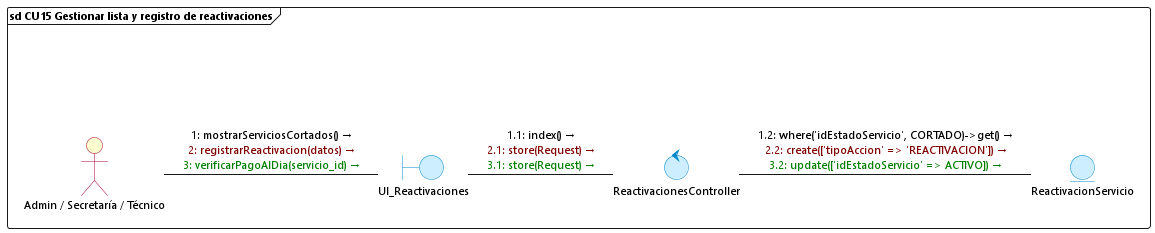
Before: diagramas/comunicacion/cu15_gestionar_reactivaciones.png, a diagram exported from PlantUML (DiogoMars777/TELCOM-2.0).
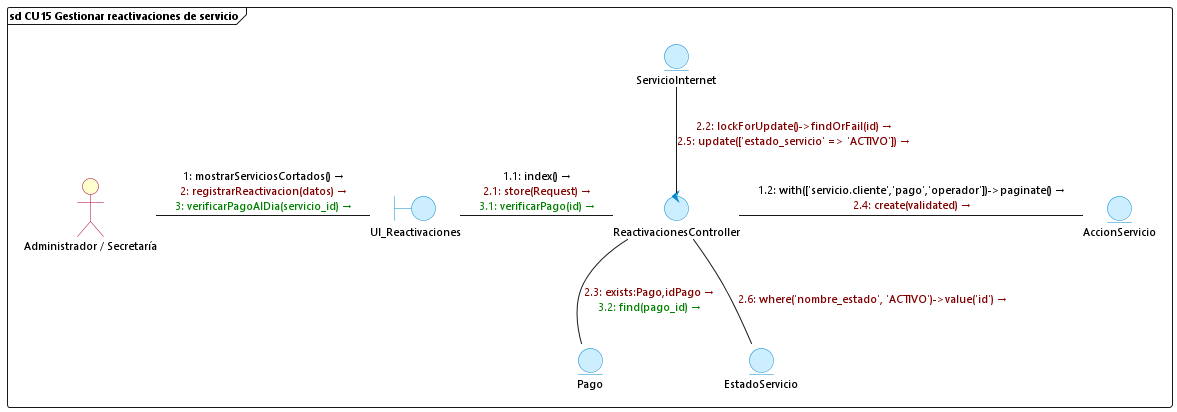
The same diagram one commit later.

The edit, as a diff of the source:
```diff
@@ -13,19 +13,28 @@
 skinparam entityBackgroundColor #CCEEFF
 skinparam entityBorderColor #0088CC
 
-frame "sd CU15 Gestionar lista y registro de reactivaciones" {
+frame "sd CU15 Gestionar reactivaciones de servicio" {
     () " " as spacer
-    actor "Admin / Secretaría / Técnico" as Admin
+    actor "Administrador / Secretaría" as Admin
     boundary UI_Reactivaciones
     control ReactivacionesController
-    entity ReactivacionServicio
+    entity AccionServicio
+    entity ServicioInternet
+    entity Pago
+    entity EstadoServicio
 
     spacer -[hidden]down- Admin
 
     Admin -right- UI_Reactivaciones : <font color=#000000>1: mostrarServiciosCortados() →</font>\n<font color=#800000>2: registrarReactivacion(datos) →</font>\n<font color=#008000>3: verificarPagoAlDia(servicio_id) →</font>
 
-    UI_Reactivaciones -right- ReactivacionesController : <font color=#000000>1.1: index() →</font>\n<font color=#800000>2.1: store(Request) →</font>\n<font color=#008000>3.1: store(Request) →</font>
+    UI_Reactivaciones -right- ReactivacionesController : <font color=#000000>1.1: index() →</font>\n<font color=#800000>2.1: store(Request) →</font>\n<font color=#008000>3.1: verificarPago(id) →</font>
 
-    ReactivacionesController -right- ReactivacionServicio : <font color=#000000>1.2: where('idEstadoServicio', CORTADO)->get() →</font>\n<font color=#800000>2.2: create(['tipoAccion' => 'REACTIVACION']) →</font>\n<font color=#008000>3.2: update(['idEstadoServicio' => ACTIVO]) →</font>
+    ReactivacionesController -right- AccionServicio : <font color=#000000>1.2: with(['servicio.cliente','pago','operador'])->paginate() →</font>\n<font color=#800000>2.4: create(validated) →</font>
+
+    ReactivacionesController -up- ServicioInternet : <font color=#800000>2.2: lockForUpdate()->findOrFail(id) →</font>\n<font color=#800000>2.5: update(['estado_servicio' => 'ACTIVO']) →</font>
+
+    ReactivacionesController -down- Pago : <font color=#800000>2.3: exists:Pago,idPago →</font>\n<font color=#008000>3.2: find(pago_id) →</font>
+
+    ReactivacionesController -down- EstadoServicio : <font color=#800000>2.6: where('nombre_estado', 'ACTIVO')->value('id') →</font>
 }
 @enduml
```
